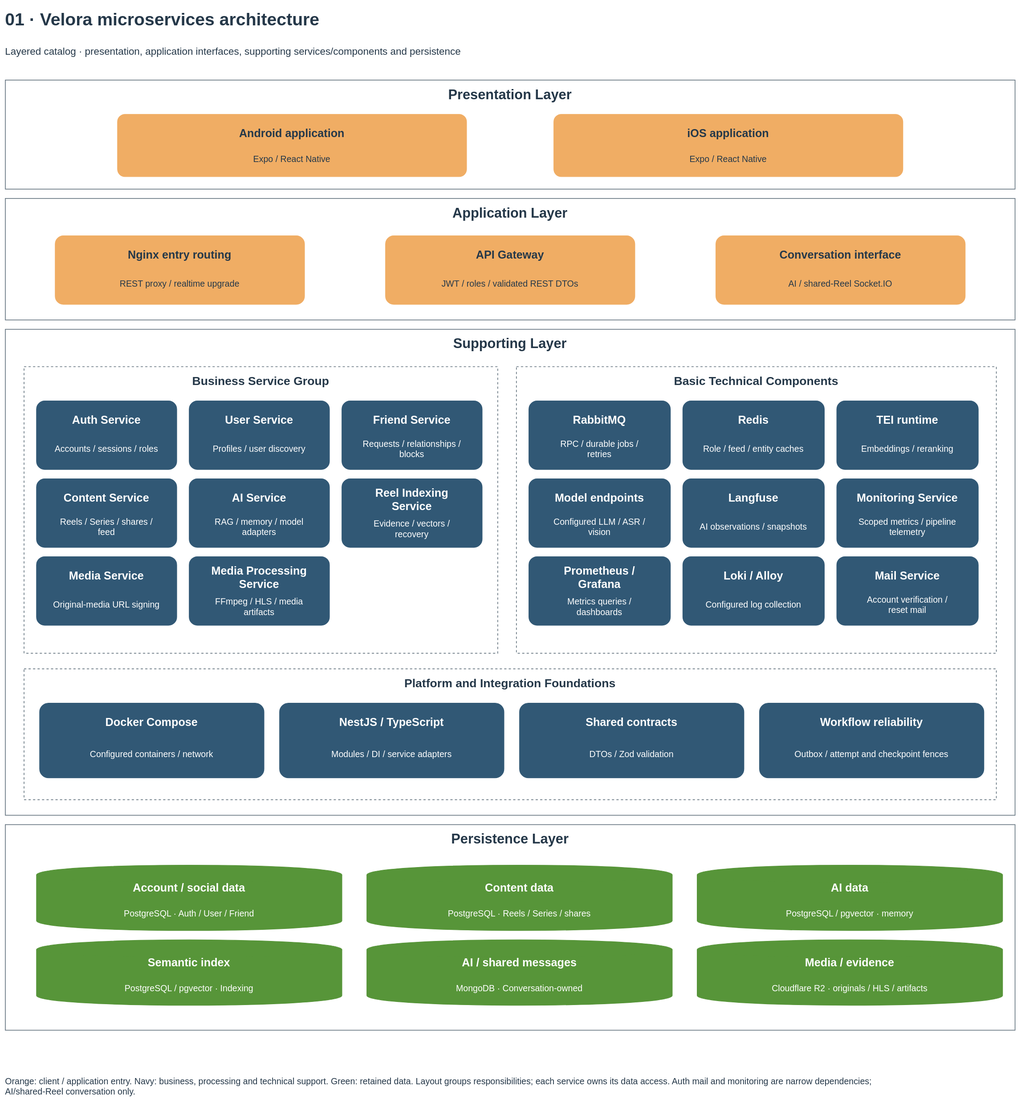
Before: docs/diagrams/velora-current/importable-svg/01-microservices-architecture.drawio.svg, a diagram exported from draw.io (HieuCuteDangYeu/velora-backend). Source tidied: cells renumbered, new cells last; positions are measured from the earlier drawing's top-left corner, leaving out a move shared by most shapes.
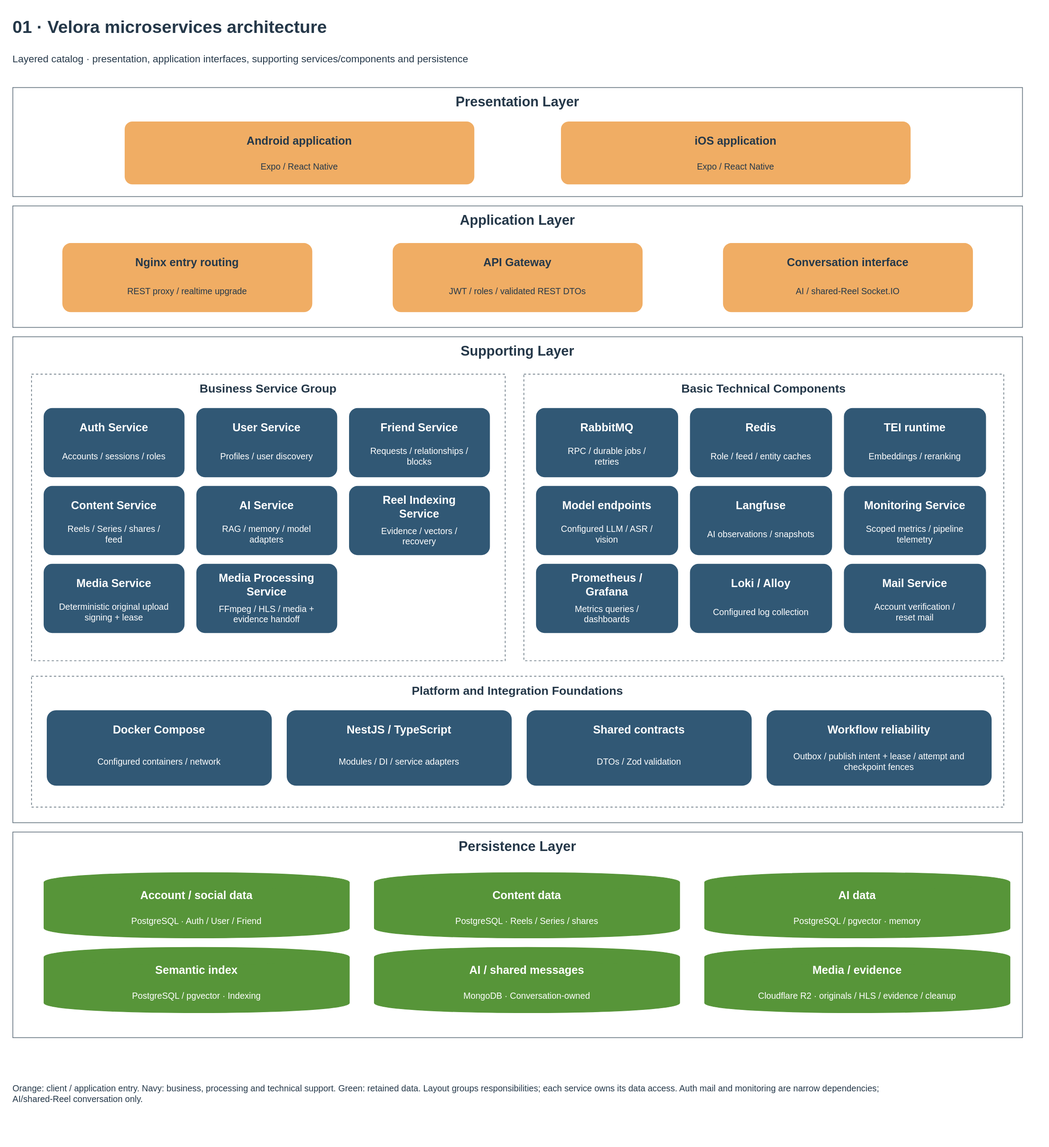
After the change.

Change to the diagram source:
```diff
@@ -143,7 +143,7 @@
     <mxCell id="48" value="Media Service" style="text;html=1;whiteSpace=wrap;fontFamily=Arial;fontSize=18;fontColor=#ffffff;fontStyle=1;align=center;verticalAlign=middle;spacing=0;strokeColor=none;fillColor=none;" parent="47" vertex="1">
       <mxGeometry x="14" y="12" width="197" height="38" as="geometry" />
     </mxCell>
-    <mxCell id="49" value="Original-media URL signing" style="text;html=1;whiteSpace=wrap;fontFamily=Arial;fontSize=14;fontColor=#ffffff;fontStyle=0;align=center;verticalAlign=middle;spacing=0;strokeColor=none;fillColor=none;" parent="47" vertex="1">
+    <mxCell id="49" value="Deterministic original upload signing + lease" style="text;html=1;whiteSpace=wrap;fontFamily=Arial;fontSize=14;fontColor=#ffffff;fontStyle=0;align=center;verticalAlign=middle;spacing=0;strokeColor=none;fillColor=none;" parent="47" vertex="1">
       <mxGeometry x="14" y="53" width="197" height="48" as="geometry" />
     </mxCell>
     <mxCell id="50" style="rounded=1;arcSize=12;fillColor=#315875;strokeColor=#315875;" parent="1" vertex="1">
@@ -152,7 +152,7 @@
     <mxCell id="51" value="Media Processing&lt;br&gt;Service" style="text;html=1;whiteSpace=wrap;fontFamily=Arial;fontSize=18;fontColor=#ffffff;fontStyle=1;align=center;verticalAlign=middle;spacing=0;strokeColor=none;fillColor=none;" parent="50" vertex="1">
       <mxGeometry x="14" y="12" width="197" height="44" as="geometry" />
     </mxCell>
-    <mxCell id="52" value="FFmpeg / HLS / media&lt;br&gt;artifacts" style="text;html=1;whiteSpace=wrap;fontFamily=Arial;fontSize=14;fontColor=#ffffff;fontStyle=0;align=center;verticalAlign=middle;spacing=0;strokeColor=none;fillColor=none;" parent="50" vertex="1">
+    <mxCell id="52" value="FFmpeg / HLS / media + evidence handoff" style="text;html=1;whiteSpace=wrap;fontFamily=Arial;fontSize=14;fontColor=#ffffff;fontStyle=0;align=center;verticalAlign=middle;spacing=0;strokeColor=none;fillColor=none;" parent="50" vertex="1">
       <mxGeometry x="14" y="59" width="197" height="42" as="geometry" />
     </mxCell>
     <mxCell id="53" style="rounded=1;arcSize=12;fillColor=#315875;strokeColor=#315875;" parent="1" vertex="1">
@@ -275,7 +275,7 @@
     <mxCell id="92" value="Workflow reliability" style="text;html=1;whiteSpace=wrap;fontFamily=Arial;fontSize=18;fontColor=#ffffff;fontStyle=1;align=center;verticalAlign=middle;spacing=0;strokeColor=none;fillColor=none;" parent="91" vertex="1">
       <mxGeometry x="14" y="12" width="332" height="38" as="geometry" />
     </mxCell>
-    <mxCell id="93" value="Outbox / attempt and checkpoint fences" style="text;html=1;whiteSpace=wrap;fontFamily=Arial;fontSize=14;fontColor=#ffffff;fontStyle=0;align=center;verticalAlign=middle;spacing=0;strokeColor=none;fillColor=none;" parent="91" vertex="1">
+    <mxCell id="93" value="Outbox / publish intent + lease / attempt and checkpoint fences" style="text;html=1;whiteSpace=wrap;fontFamily=Arial;fontSize=14;fontColor=#ffffff;fontStyle=0;align=center;verticalAlign=middle;spacing=0;strokeColor=none;fillColor=none;" parent="91" vertex="1">
       <mxGeometry x="14" y="53" width="332" height="58" as="geometry" />
     </mxCell>
     <mxCell id="94" style="fillColor=none;strokeColor=#687782;strokeWidth=1.2;dashed=0;" parent="1" vertex="1">
@@ -335,7 +335,7 @@
     <mxCell id="112" value="Media / evidence" style="text;html=1;whiteSpace=wrap;fontFamily=Arial;fontSize=18;fontColor=#ffffff;fontStyle=1;align=center;verticalAlign=middle;spacing=0;strokeColor=none;fillColor=none;" parent="111" vertex="1">
       <mxGeometry x="14" y="18" width="462" height="38" as="geometry" />
     </mxCell>
-    <mxCell id="113" value="Cloudflare R2 · originals / HLS / artifacts" style="text;html=1;whiteSpace=wrap;fontFamily=Arial;fontSize=14;fontColor=#ffffff;fontStyle=0;align=center;verticalAlign=middle;spacing=0;strokeColor=none;fillColor=none;" parent="111" vertex="1">
+    <mxCell id="113" value="Cloudflare R2 · originals / HLS / evidence / cleanup" style="text;html=1;whiteSpace=wrap;fontFamily=Arial;fontSize=14;fontColor=#ffffff;fontStyle=0;align=center;verticalAlign=middle;spacing=0;strokeColor=none;fillColor=none;" parent="111" vertex="1">
       <mxGeometry x="14" y="59" width="462" height="37" as="geometry" />
     </mxCell>
     <mxCell id="114" value="Orange: client / application entry. Navy: business, processing and technical support. Green: retained data. Layout groups responsibilities; each service owns its data access. Auth mail and monitoring are narrow dependencies;&lt;br&gt;AI/shared-Reel conversation only." style="text;html=1;whiteSpace=wrap;fontFamily=Arial;fontSize=14;fontColor=#253849;fontStyle=0;align=left;verticalAlign=middle;spacing=0;strokeColor=none;fillColor=none;" parent="1" vertex="1">
```
